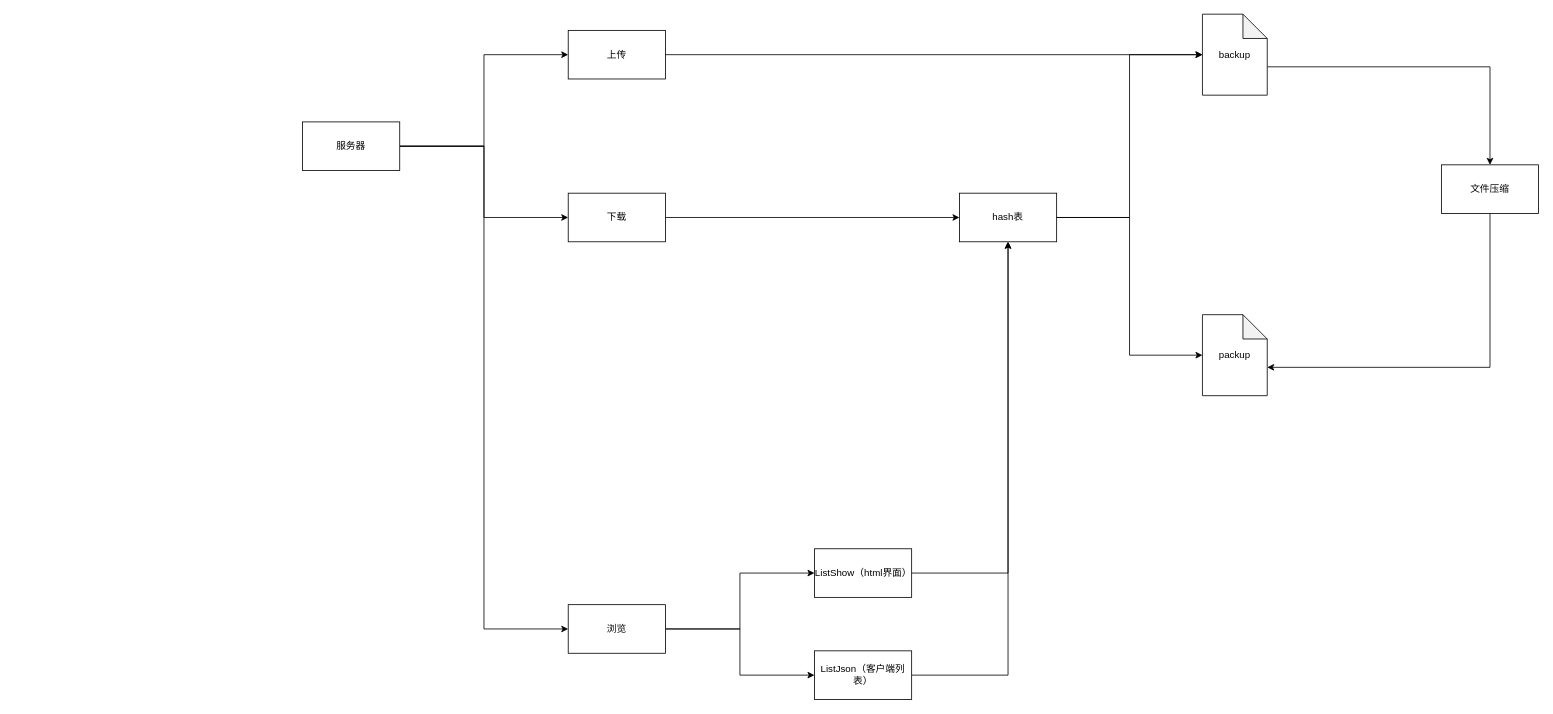
Above: cloudbackupmind.drawio in Elio265/Picgo (draw.io), before the change. Source tidied: cells renumbered, new cells numbered last; positions are measured from the earlier drawing's top-left corner, leaving out a move shared by most shapes. Both pictures are drawn from the tidied source at 81%, with x=0, y=0 at pixel (302, 14).
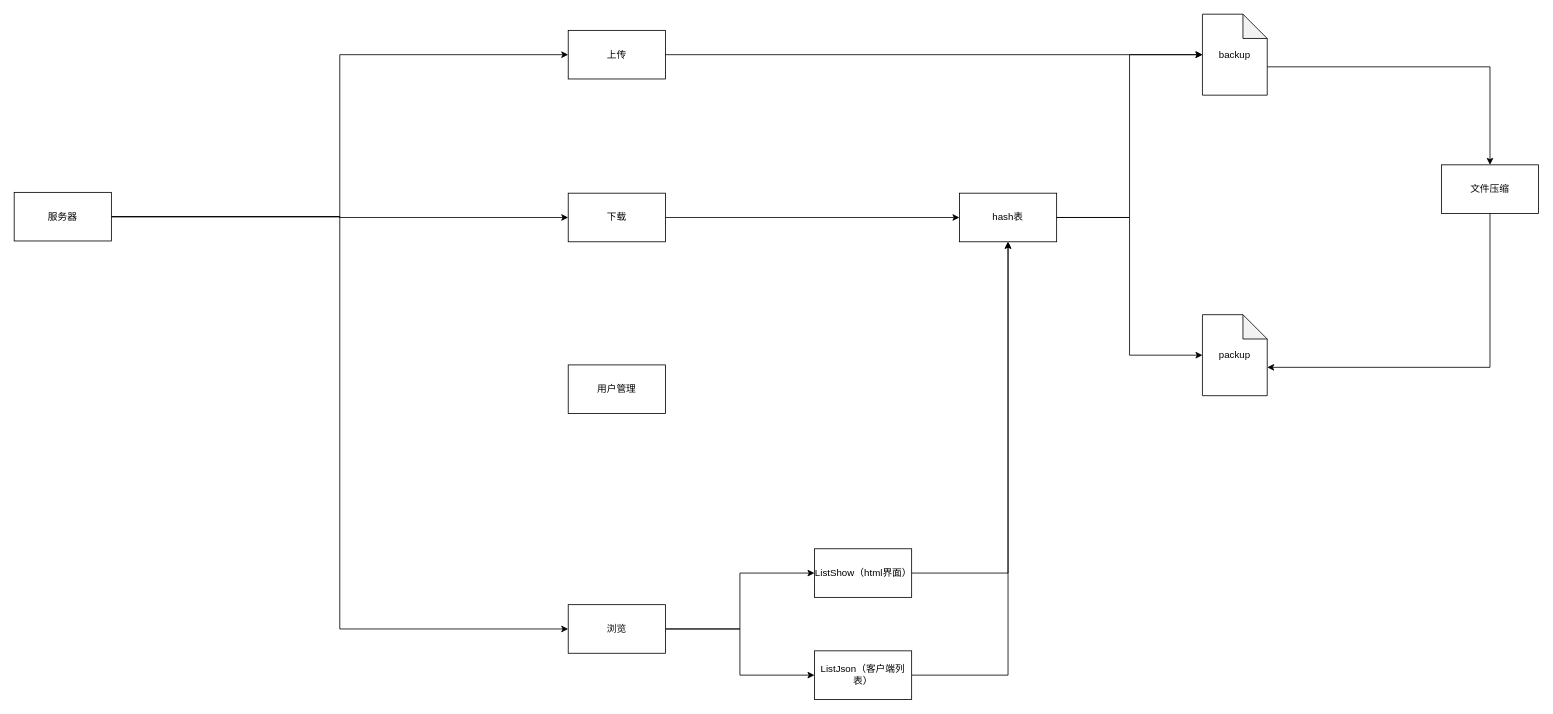
The same diagram, later.

The edit, as a diff of the source:
```diff
@@
     <mxCell id="5" value="服务器" style="rounded=0;whiteSpace=wrap;html=1;" parent="1" vertex="1">
-      <mxGeometry y="133" width="120" height="60" as="geometry" />
+      <mxGeometry x="-356" y="220" width="120" height="60" as="geometry" />
     </mxCell>
@@
+    <mxCell id="25" value="用户管理" style="rounded=0;whiteSpace=wrap;html=1;" parent="1" vertex="1">
+      <mxGeometry x="328" y="433" width="120" height="60" as="geometry" />
+    </mxCell>
```
